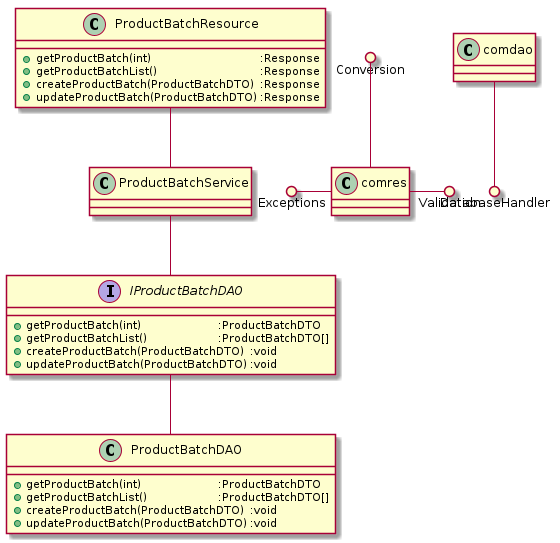
Before: UML/class/delt/productbatch.png, a diagram exported from PlantUML (GRP25/CDIO_Final).
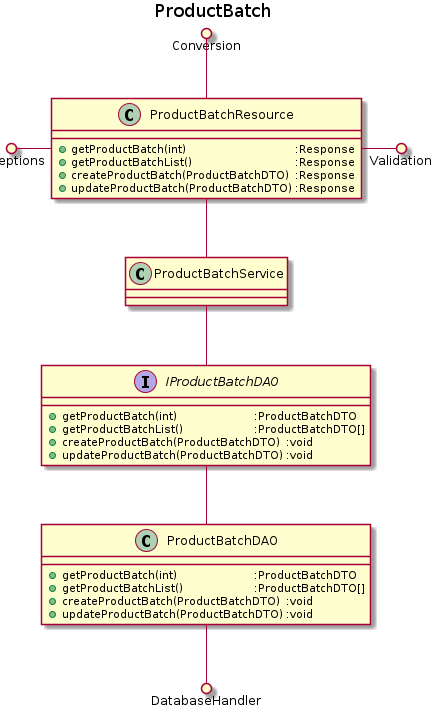
Later version of the same file.

What changed in the source:
```diff
@@ -1,4 +1,5 @@
 @startuml
+title ProductBatch
 class "ProductBatchDAO" as prodao {
     + getProductBatch(int)\t\t\t:ProductBatchDTO
     + getProductBatchList()\t\t\t:ProductBatchDTO[]
@@ -23,8 +24,8 @@
 iprodao -d- prodao
 prbres -d- prbser
 iprodao -u- prbser
-comdao --() DatabaseHandler
-comres -() Validation
-Exceptions ()- comres
-Conversion ()-- comres
+prodao --() DatabaseHandler
+prbres -() Validation
+Exceptions ()- prbres
+Conversion ()-- prbres
 @enduml
```
